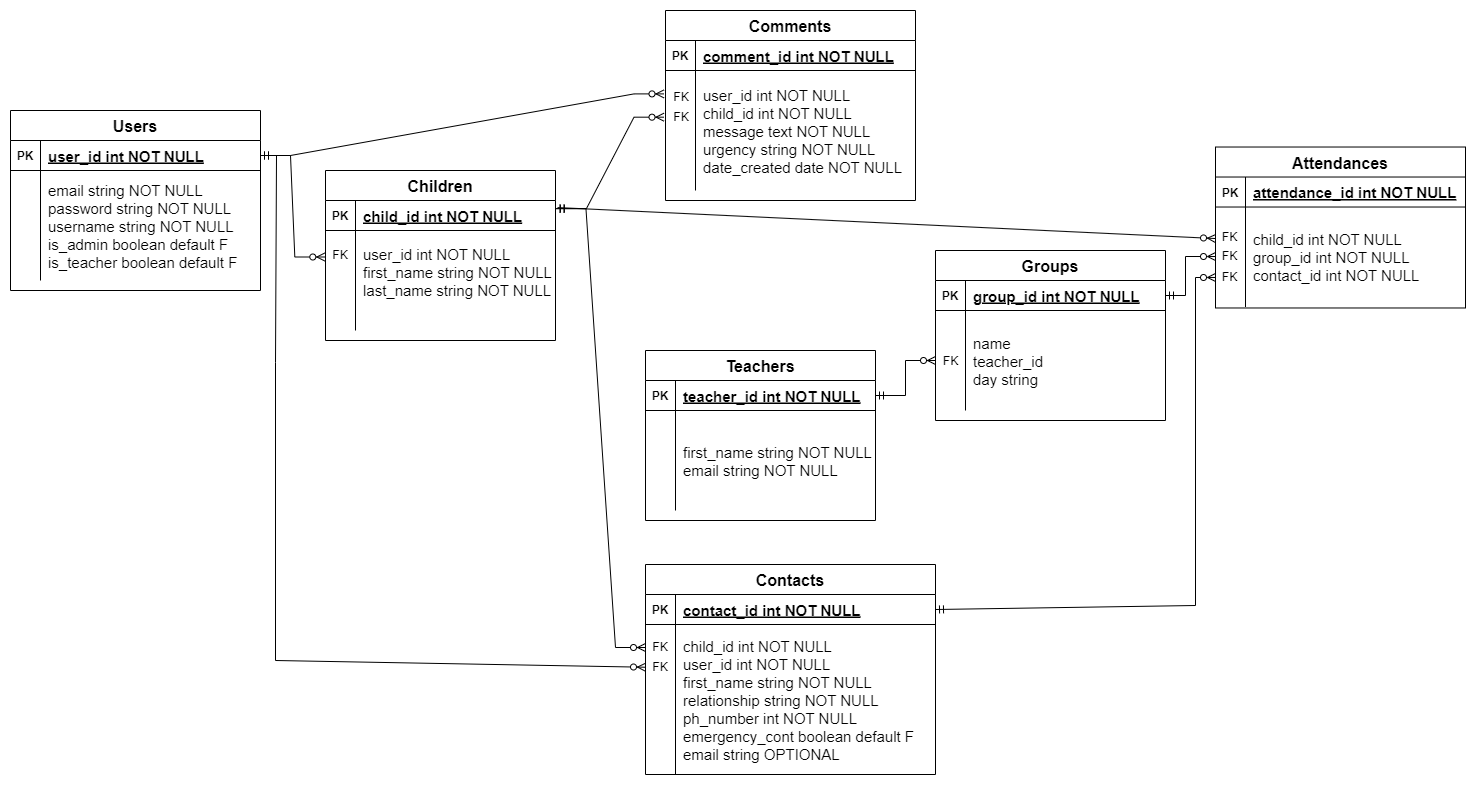
The draw.io diagram docs/API-ERD-V1.0.png in tthecoder15/T2A2-API-Webserver, before a commit. Source tidied: cells renumbered, new cells last; positions are measured from the earlier drawing's top-left corner, leaving out a move shared by most shapes.
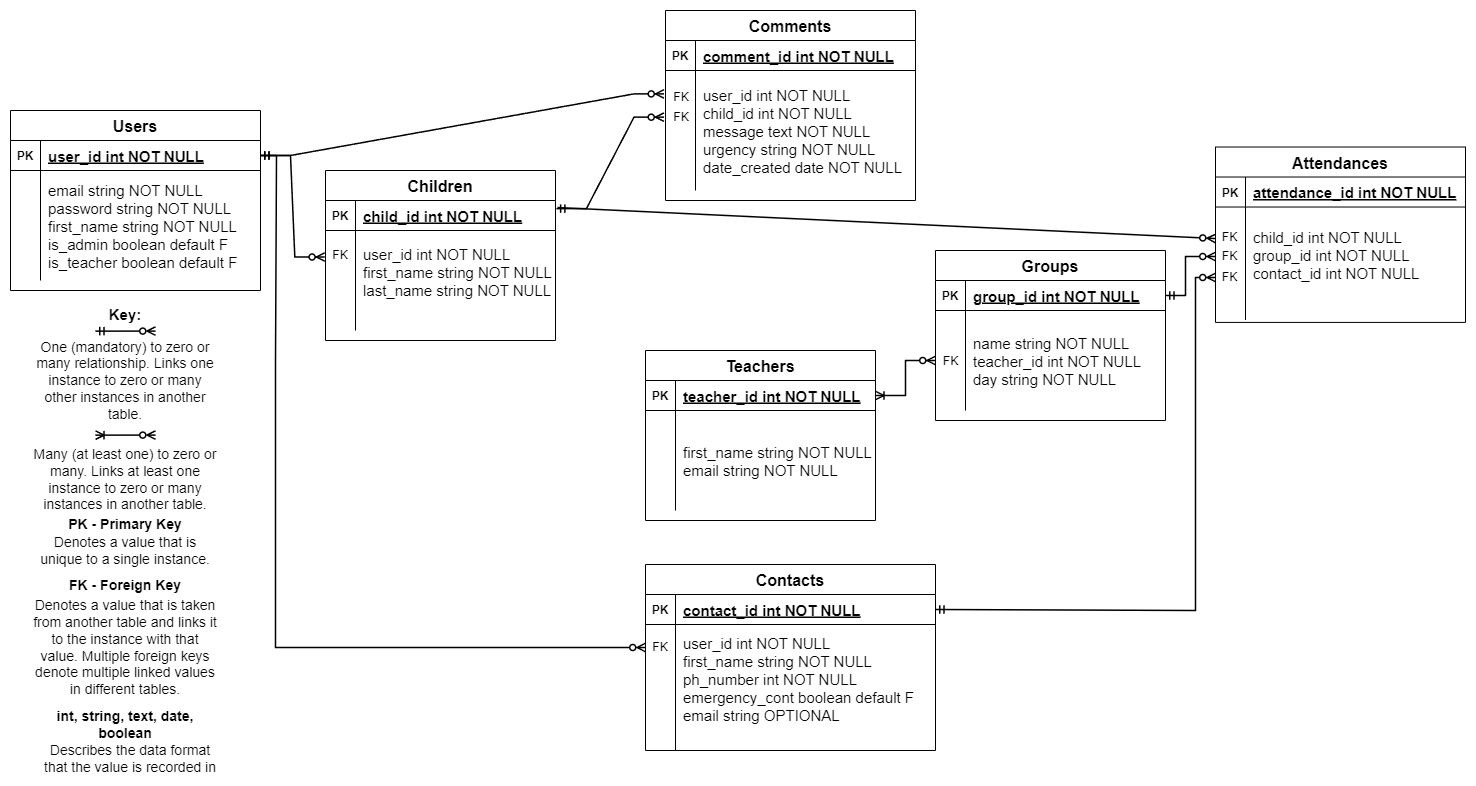
After the change.

Commit message:
finished question 6, refined ERD again

Diff of the diagram source:
```diff
@@ -20,39 +20,31 @@
     <mxCell id="7" style="shape=partialRectangle;overflow=hidden;fillColor=none;top=0;left=0;bottom=0;right=0;" parent="6" vertex="1">
       <mxGeometry width="30" height="110" as="geometry" />
     </mxCell>
-    <mxCell id="8" value="email string NOT NULL &#10;password string NOT NULL&#10;username string NOT NULL&#10;is_admin boolean default F&#10;is_teacher boolean default F" style="shape=partialRectangle;overflow=hidden;fillColor=none;top=0;left=0;bottom=0;right=0;align=left;spacingLeft=6;fontSize=15;" parent="6" vertex="1">
+    <mxCell id="8" value="email string NOT NULL &#10;password string NOT NULL&#10;first_name string NOT NULL&#10;is_admin boolean default F&#10;is_teacher boolean default F" style="shape=partialRectangle;overflow=hidden;fillColor=none;top=0;left=0;bottom=0;right=0;align=left;spacingLeft=6;fontSize=15;" parent="6" vertex="1">
       <mxGeometry x="30" width="220" height="110" as="geometry" />
     </mxCell>
-    <mxCell id="9" style="edgeStyle=entityRelationEdgeStyle;fontSize=12;html=1;endArrow=ERzeroToMany;startArrow=ERmandOne;rounded=0;exitX=1;exitY=0.5;exitDx=0;exitDy=0;entryX=-0.003;entryY=0.265;entryDx=0;entryDy=0;entryPerimeter=0;" parent="1" edge="1" source="3" target="19">
+    <mxCell id="9" style="edgeStyle=entityRelationEdgeStyle;fontSize=12;html=1;endArrow=ERzeroToMany;startArrow=ERmandOne;rounded=0;exitX=1;exitY=0.5;exitDx=0;exitDy=0;entryX=-0.003;entryY=0.265;entryDx=0;entryDy=0;entryPerimeter=0;strokeWidth=1.5;" parent="1" edge="1" source="3" target="19">
       <mxGeometry relative="1" as="geometry">
         <Array as="points">
           <mxPoint x="265" y="110" />
         </Array>
       </mxGeometry>
     </mxCell>
-    <mxCell id="10" style="edgeStyle=entityRelationEdgeStyle;fontSize=12;html=1;endArrow=ERzeroToMany;startArrow=ERmandOne;rounded=0;exitX=1;exitY=0.5;exitDx=0;exitDy=0;entryX=-0.006;entryY=0.195;entryDx=0;entryDy=0;entryPerimeter=0;" parent="1" edge="1" source="3" target="38">
+    <mxCell id="10" style="edgeStyle=entityRelationEdgeStyle;fontSize=12;html=1;endArrow=ERzeroToMany;startArrow=ERmandOne;rounded=0;exitX=1;exitY=0.5;exitDx=0;exitDy=0;entryX=-0.006;entryY=0.195;entryDx=0;entryDy=0;entryPerimeter=0;strokeWidth=1.5;" parent="1" edge="1" source="3" target="38">
       <mxGeometry relative="1" as="geometry" />
     </mxCell>
-    <mxCell id="11" style="edgeStyle=entityRelationEdgeStyle;fontSize=12;html=1;endArrow=ERzeroToMany;startArrow=ERmandOne;rounded=0;exitX=1.004;exitY=0.271;exitDx=0;exitDy=0;entryX=-0.006;entryY=0.389;entryDx=0;entryDy=0;entryPerimeter=0;exitPerimeter=0;" parent="1" edge="1" source="16" target="38">
+    <mxCell id="11" style="edgeStyle=entityRelationEdgeStyle;fontSize=12;html=1;endArrow=ERzeroToMany;startArrow=ERmandOne;rounded=0;exitX=1.004;exitY=0.271;exitDx=0;exitDy=0;entryX=-0.006;entryY=0.389;entryDx=0;entryDy=0;entryPerimeter=0;exitPerimeter=0;strokeWidth=1.5;" parent="1" edge="1" source="16" target="38">
       <mxGeometry relative="1" as="geometry" />
     </mxCell>
-    <mxCell id="12" style="endArrow=ERzeroToMany;html=1;rounded=0;exitX=1;exitY=0.5;exitDx=0;exitDy=0;endFill=0;" parent="1" edge="1" source="3" target="32">
+    <mxCell id="12" style="endArrow=ERzeroToMany;html=1;rounded=0;exitX=1;exitY=0.5;exitDx=0;exitDy=0;endFill=0;strokeWidth=1.5;entryX=0;entryY=0.5;entryDx=0;entryDy=0;" parent="1" edge="1" source="3" target="31">
       <mxGeometry relative="1" as="geometry">
         <Array as="points">
           <mxPoint x="266" y="145" />
           <mxPoint x="265" y="352" />
-          <mxPoint x="265" y="650" />
+          <mxPoint x="265" y="637" />
         </Array>
       </mxGeometry>
     </mxCell>
-    <mxCell id="13" style="edgeStyle=entityRelationEdgeStyle;fontSize=12;html=1;endArrow=ERzeroToMany;startArrow=ERmandOne;rounded=0;entryX=0;entryY=0.5;entryDx=0;entryDy=0;exitX=1.002;exitY=0.271;exitDx=0;exitDy=0;exitPerimeter=0;" parent="1" edge="1" source="16" target="31">
-      <mxGeometry relative="1" as="geometry">
-        <Array as="points">
-          <mxPoint x="565" y="360" />
-          <mxPoint x="575" y="350" />
-        </Array>
-      </mxGeometry>
-    </mxCell>
     <mxCell id="14" style="group;" parent="1" vertex="1">
       <mxGeometry x="315" y="160" width="230" height="170" as="geometry" />
     </mxCell>
@@ -84,7 +76,7 @@
       <mxGeometry x="635" y="554" width="290" height="200" as="geometry" />
     </mxCell>
     <mxCell id="24" value="Contacts" style="shape=table;startSize=30;rowLines=0;fontStyle=1;align=center;fontSize=16;" parent="23" vertex="1">
-      <mxGeometry width="290" height="210" as="geometry" />
+      <mxGeometry width="290" height="186" as="geometry" />
     </mxCell>
     <mxCell id="25" style="shape=partialRectangle;fillColor=none;points=[[0,0.5],[1,0.5]];portConstraint=eastwest;top=0;left=0;right=0;bottom=1;" parent="24" vertex="1">
       <mxGeometry y="30" width="290" height="30" as="geometry" />
@@ -96,20 +88,17 @@
       <mxGeometry x="30" width="260" height="30" as="geometry" />
     </mxCell>
     <mxCell id="28" style="shape=partialRectangle;fillColor=none;top=0;left=0;right=0;bottom=0;" parent="24" vertex="1">
-      <mxGeometry y="60" width="290" height="150" as="geometry" />
+      <mxGeometry y="60" width="290" height="126" as="geometry" />
     </mxCell>
     <mxCell id="29" style="shape=partialRectangle;overflow=hidden;fillColor=none;top=0;left=0;bottom=0;right=0;" parent="28" vertex="1">
-      <mxGeometry width="30" height="150" as="geometry" />
+      <mxGeometry width="30" height="126" as="geometry" />
     </mxCell>
-    <mxCell id="30" value="child_id int NOT NULL&#10;user_id int NOT NULL&#10;first_name string NOT NULL&#10;relationship string NOT NULL&#10;ph_number int NOT NULL&#10;emergency_cont boolean default F&#10;email string OPTIONAL" style="shape=partialRectangle;overflow=hidden;fillColor=none;top=0;left=0;bottom=0;right=0;align=left;spacingLeft=6;fontSize=15;" parent="28" vertex="1">
-      <mxGeometry x="30" width="260" height="150" as="geometry" />
+    <mxCell id="30" value="user_id int NOT NULL&#10;first_name string NOT NULL&#10;ph_number int NOT NULL&#10;emergency_cont boolean default F&#10;email string OPTIONAL&#10;" style="shape=partialRectangle;overflow=hidden;fillColor=none;top=0;left=0;bottom=0;right=0;align=left;spacingLeft=6;fontSize=15;" parent="28" vertex="1">
+      <mxGeometry x="30" width="260" height="126" as="geometry" />
     </mxCell>
     <mxCell id="31" value="FK" style="text;html=1;align=center;verticalAlign=middle;whiteSpace=wrap;rounded=0;" parent="23" vertex="1">
       <mxGeometry y="68" width="30" height="30" as="geometry" />
     </mxCell>
-    <mxCell id="32" value="FK" style="text;html=1;align=center;verticalAlign=middle;whiteSpace=wrap;rounded=0;" parent="23" vertex="1">
-      <mxGeometry y="86.5" width="30" height="33" as="geometry" />
-    </mxCell>
     <mxCell id="33" style="group;" parent="1" vertex="1">
       <mxGeometry x="655" width="250" height="190" as="geometry" />
     </mxCell>
@@ -144,7 +133,7 @@
       <mxGeometry x="1205" y="150" width="250" height="177" as="geometry" />
     </mxCell>
     <mxCell id="44" value="Attendances" style="shape=table;startSize=30;rowLines=0;fontStyle=1;align=center;fontSize=16;" parent="43" vertex="1">
-      <mxGeometry y="-13.5" width="250" height="161" as="geometry" />
+      <mxGeometry y="-13.5" width="250" height="175.4" as="geometry" />
     </mxCell>
     <mxCell id="45" style="shape=partialRectangle;fillColor=none;top=0;left=0;right=0;bottom=1;" parent="44" vertex="1">
       <mxGeometry y="30" width="250" height="30" as="geometry" />
@@ -156,13 +145,13 @@
       <mxGeometry x="30" width="220" height="30" as="geometry" />
     </mxCell>
     <mxCell id="48" style="shape=partialRectangle;fillColor=none;top=0;left=0;right=0;bottom=0;" parent="44" vertex="1">
-      <mxGeometry y="60" width="250" height="100" as="geometry" />
+      <mxGeometry y="60" width="250" height="113" as="geometry" />
     </mxCell>
     <mxCell id="49" style="shape=partialRectangle;overflow=hidden;fillColor=none;top=0;left=0;bottom=0;right=0;" parent="48" vertex="1">
-      <mxGeometry width="30" height="100" as="geometry" />
+      <mxGeometry width="30" height="113" as="geometry" />
     </mxCell>
-    <mxCell id="50" value="child_id int NOT NULL&#10;group_id int NOT NULL&#10;contact_id int NOT NULL" style="shape=partialRectangle;overflow=hidden;fillColor=none;top=0;left=0;bottom=0;right=0;align=left;spacingLeft=6;fontSize=15;" parent="48" vertex="1">
-      <mxGeometry x="30" width="220" height="100" as="geometry" />
+    <mxCell id="50" value="child_id int NOT NULL&#10;group_id int NOT NULL&#10;contact_id int NOT NULL&#10;" style="shape=partialRectangle;overflow=hidden;fillColor=none;top=0;left=0;bottom=0;right=0;align=left;spacingLeft=6;fontSize=15;" parent="48" vertex="1">
+      <mxGeometry x="30" width="220" height="113" as="geometry" />
     </mxCell>
     <mxCell id="51" value="FK" style="text;html=1;align=center;verticalAlign=middle;whiteSpace=wrap;rounded=0;" parent="43" vertex="1">
       <mxGeometry y="63.5" width="28.8" height="27" as="geometry" />
@@ -212,10 +201,10 @@
     <mxCell id="66" style="shape=partialRectangle;overflow=hidden;fillColor=none;top=0;left=0;bottom=0;right=0;" parent="65" vertex="1">
       <mxGeometry width="30" height="100" as="geometry" />
     </mxCell>
-    <mxCell id="67" value="name&#10;teacher_id&#10;day string" style="shape=partialRectangle;overflow=hidden;fillColor=none;top=0;left=0;bottom=0;right=0;align=left;spacingLeft=6;fontSize=15;" parent="65" vertex="1">
+    <mxCell id="67" value="name string NOT NULL&#10;teacher_id int NOT NULL&#10;day string NOT NULL" style="shape=partialRectangle;overflow=hidden;fillColor=none;top=0;left=0;bottom=0;right=0;align=left;spacingLeft=6;fontSize=15;" parent="65" vertex="1">
       <mxGeometry x="30" width="200" height="100" as="geometry" />
     </mxCell>
-    <mxCell id="68" style="edgeStyle=entityRelationEdgeStyle;fontSize=12;html=1;endArrow=ERzeroToMany;startArrow=ERmandOne;rounded=0;exitX=1;exitY=0.5;exitDx=0;exitDy=0;entryX=0;entryY=0.5;entryDx=0;entryDy=0;" parent="1" edge="1" source="55" target="65">
+    <mxCell id="68" style="edgeStyle=entityRelationEdgeStyle;fontSize=12;html=1;endArrow=ERzeroToMany;startArrow=ERoneToMany;rounded=0;exitX=1;exitY=0.5;exitDx=0;exitDy=0;entryX=0;entryY=0.5;entryDx=0;entryDy=0;startFill=0;strokeWidth=1.5;" parent="1" edge="1" source="55" target="65">
       <mxGeometry relative="1" as="geometry">
         <Array as="points">
           <mxPoint x="425" y="971.5" />
@@ -223,18 +212,18 @@
         </Array>
       </mxGeometry>
     </mxCell>
-    <mxCell id="69" style="endArrow=ERzeroToMany;html=1;rounded=0;exitX=1.009;exitY=0.235;exitDx=0;exitDy=0;exitPerimeter=0;entryX=0;entryY=0.539;entryDx=0;entryDy=0;entryPerimeter=0;endFill=0;" parent="1" edge="1" source="16" target="51">
+    <mxCell id="69" style="endArrow=ERzeroToMany;html=1;rounded=0;exitX=1.009;exitY=0.235;exitDx=0;exitDy=0;exitPerimeter=0;entryX=0;entryY=0.539;entryDx=0;entryDy=0;entryPerimeter=0;endFill=0;strokeWidth=1.5;" parent="1" edge="1" source="16" target="51">
       <mxGeometry relative="1" as="geometry" />
     </mxCell>
-    <mxCell id="70" style="endArrow=ERzeroToMany;html=1;rounded=0;exitX=1;exitY=0.5;exitDx=0;exitDy=0;entryX=0;entryY=0.5;entryDx=0;entryDy=0;endFill=0;startArrow=ERmandOne;startFill=0;" parent="1" edge="1" source="25" target="53">
+    <mxCell id="70" style="endArrow=ERzeroToMany;html=1;rounded=0;exitX=1;exitY=0.5;exitDx=0;exitDy=0;entryX=0;entryY=0.5;entryDx=0;entryDy=0;endFill=0;startArrow=ERmandOne;startFill=0;strokeWidth=1.5;" parent="1" edge="1" source="25" target="53">
       <mxGeometry relative="1" as="geometry">
         <Array as="points">
-          <mxPoint x="1185" y="595" />
+          <mxPoint x="1185" y="600" />
           <mxPoint x="1185" y="267" />
         </Array>
       </mxGeometry>
     </mxCell>
-    <mxCell id="71" style="endArrow=ERzeroToMany;html=1;rounded=0;exitX=1;exitY=0.5;exitDx=0;exitDy=0;entryX=0;entryY=0.5;entryDx=0;entryDy=0;startArrow=ERmandOne;startFill=0;endFill=0;" parent="1" edge="1" source="62" target="52">
+    <mxCell id="71" style="endArrow=ERzeroToMany;html=1;rounded=0;exitX=1;exitY=0.5;exitDx=0;exitDy=0;entryX=0;entryY=0.5;entryDx=0;entryDy=0;startArrow=ERmandOne;startFill=0;endFill=0;strokeWidth=1.5;" parent="1" edge="1" source="62" target="52">
       <mxGeometry relative="1" as="geometry">
         <Array as="points">
           <mxPoint x="1175" y="285" />
@@ -245,5 +234,47 @@
     <mxCell id="72" value="FK" style="text;html=1;align=center;verticalAlign=middle;whiteSpace=wrap;rounded=0;" parent="1" vertex="1">
       <mxGeometry x="926" y="338" width="28.8" height="27" as="geometry" />
     </mxCell>
+    <mxCell id="73" style="group;" parent="1" vertex="1">
+      <mxGeometry x="20" y="296" width="190" height="469" as="geometry" />
+    </mxCell>
+    <mxCell id="74" style="endArrow=ERzeroToMany;html=1;rounded=0;startArrow=ERmandOne;startFill=0;endFill=0;fontSize=14;strokeWidth=1.5;" parent="73" edge="1">
+      <mxGeometry relative="1" as="geometry">
+        <mxPoint x="65" y="24.6" as="sourcePoint" />
+        <mxPoint x="125" y="24.6" as="targetPoint" />
+      </mxGeometry>
+    </mxCell>
+    <mxCell id="75" value="One (mandatory) to zero or many relationship. Links one instance to zero or many other instances in another table." style="text;html=1;align=center;verticalAlign=middle;whiteSpace=wrap;rounded=0;fontSize=14;" parent="73" vertex="1">
+      <mxGeometry y="34" width="190" height="80" as="geometry" />
+    </mxCell>
+    <mxCell id="76" value="&lt;b style=&quot;font-size: 15px;&quot;&gt;&lt;font style=&quot;font-size: 15px;&quot;&gt;Key:&lt;/font&gt;&lt;/b&gt;" style="text;html=1;align=center;verticalAlign=middle;whiteSpace=wrap;rounded=0;fontSize=15;" parent="73" vertex="1">
+      <mxGeometry x="75" width="40" height="15" as="geometry" />
+    </mxCell>
+    <mxCell id="77" style="endArrow=ERzeroToMany;html=1;rounded=0;startArrow=ERoneToMany;startFill=0;endFill=0;fontSize=14;strokeWidth=1.5;" parent="73" edge="1">
+      <mxGeometry relative="1" as="geometry">
+        <mxPoint x="65" y="128.6" as="sourcePoint" />
+        <mxPoint x="125" y="128.6" as="targetPoint" />
+      </mxGeometry>
+    </mxCell>
+    <mxCell id="78" value="Many (at least one) to zero or many. Links at least one instance to zero or many instances in another table." style="text;html=1;align=center;verticalAlign=middle;whiteSpace=wrap;rounded=0;fontSize=14;" parent="73" vertex="1">
+      <mxGeometry y="143" width="190" height="60" as="geometry" />
+    </mxCell>
+    <mxCell id="79" value="PK - Primary Key" style="text;html=1;align=center;verticalAlign=middle;whiteSpace=wrap;rounded=0;fontStyle=1;fontSize=14;" parent="73" vertex="1">
+      <mxGeometry x="25" y="213" width="140" height="10" as="geometry" />
+    </mxCell>
+    <mxCell id="80" value="Denotes a value that is unique to a single instance." style="text;html=1;align=center;verticalAlign=middle;whiteSpace=wrap;rounded=0;fontSize=14;" parent="73" vertex="1">
+      <mxGeometry y="224" width="190" height="40" as="geometry" />
+    </mxCell>
+    <mxCell id="81" value="Denotes a value that is taken from another table and links it to the instance with that value. Multiple foreign keys denote multiple linked values in different tables." style="text;html=1;align=center;verticalAlign=middle;whiteSpace=wrap;rounded=0;fontSize=14;" parent="73" vertex="1">
+      <mxGeometry y="284" width="190" height="114" as="geometry" />
+    </mxCell>
+    <mxCell id="82" value="FK - Foreign Key" style="text;html=1;align=center;verticalAlign=middle;whiteSpace=wrap;rounded=0;fontStyle=1;fontSize=14;" parent="73" vertex="1">
+      <mxGeometry x="25" y="274" width="140" height="10" as="geometry" />
+    </mxCell>
+    <mxCell id="83" value="Describes the data format that the value is recorded in" style="text;html=1;align=center;verticalAlign=middle;whiteSpace=wrap;rounded=0;fontSize=14;" parent="73" vertex="1">
+      <mxGeometry x="10" y="435" width="180" height="34" as="geometry" />
+    </mxCell>
+    <mxCell id="84" value="&lt;b style=&quot;font-size: 14px;&quot;&gt;int, string, text, date, boolean&lt;/b&gt;" style="text;html=1;align=center;verticalAlign=middle;whiteSpace=wrap;rounded=0;fontSize=14;" parent="73" vertex="1">
+      <mxGeometry x="10" y="403" width="170" height="30" as="geometry" />
+    </mxCell>
   </root>
 </mxGraphModel>
```
